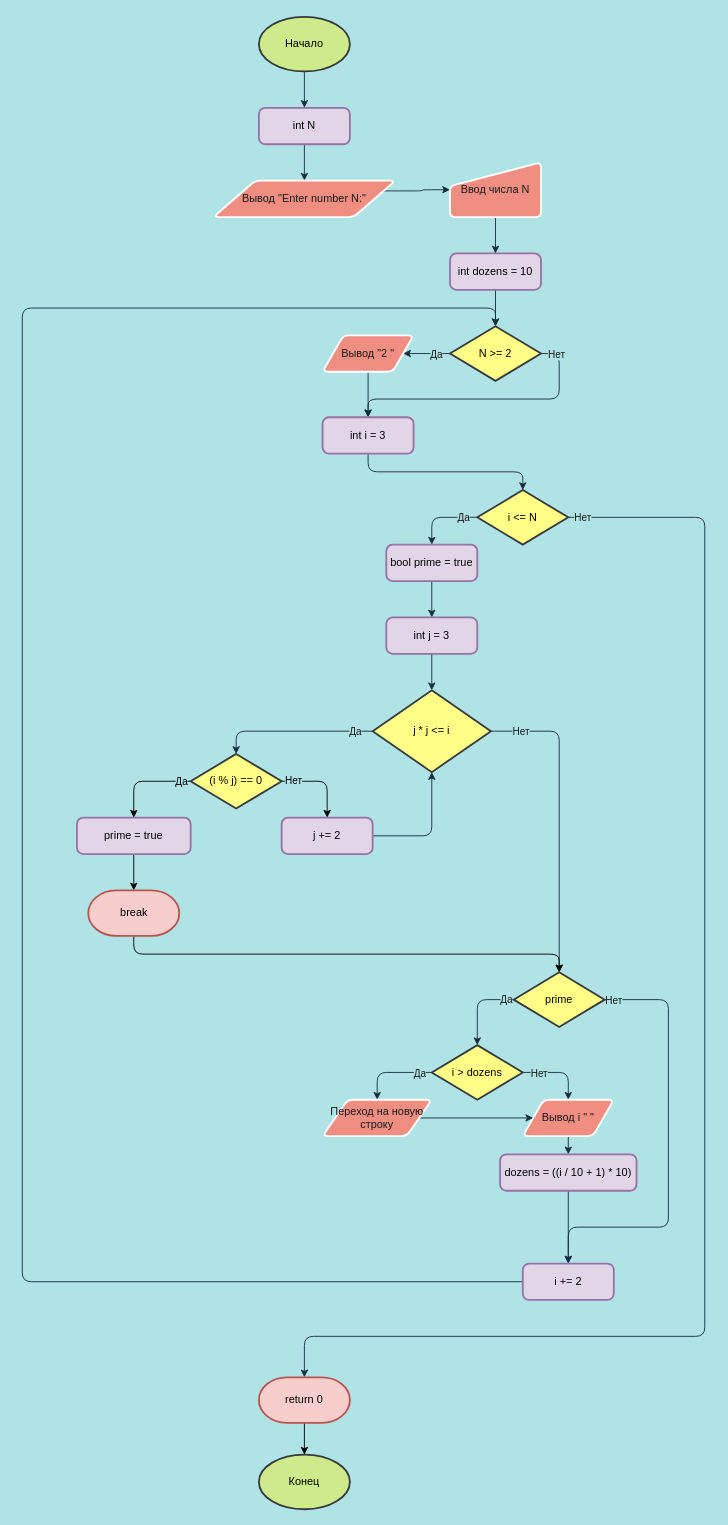
MoonFoxy/Programming_labs keeps this draw.io diagram as page "Лабораторная работа №3" (3 of 3) of flowcharts_for_labs1-3.drawio. Above is the earlier version. Source tidied: cells renumbered, new cells numbered last; positions are measured from the earlier drawing's top-left corner, leaving out a move shared by most shapes. Both pictures are drawn from the tidied source at 91%, with x=0, y=0 at pixel (22, 16).
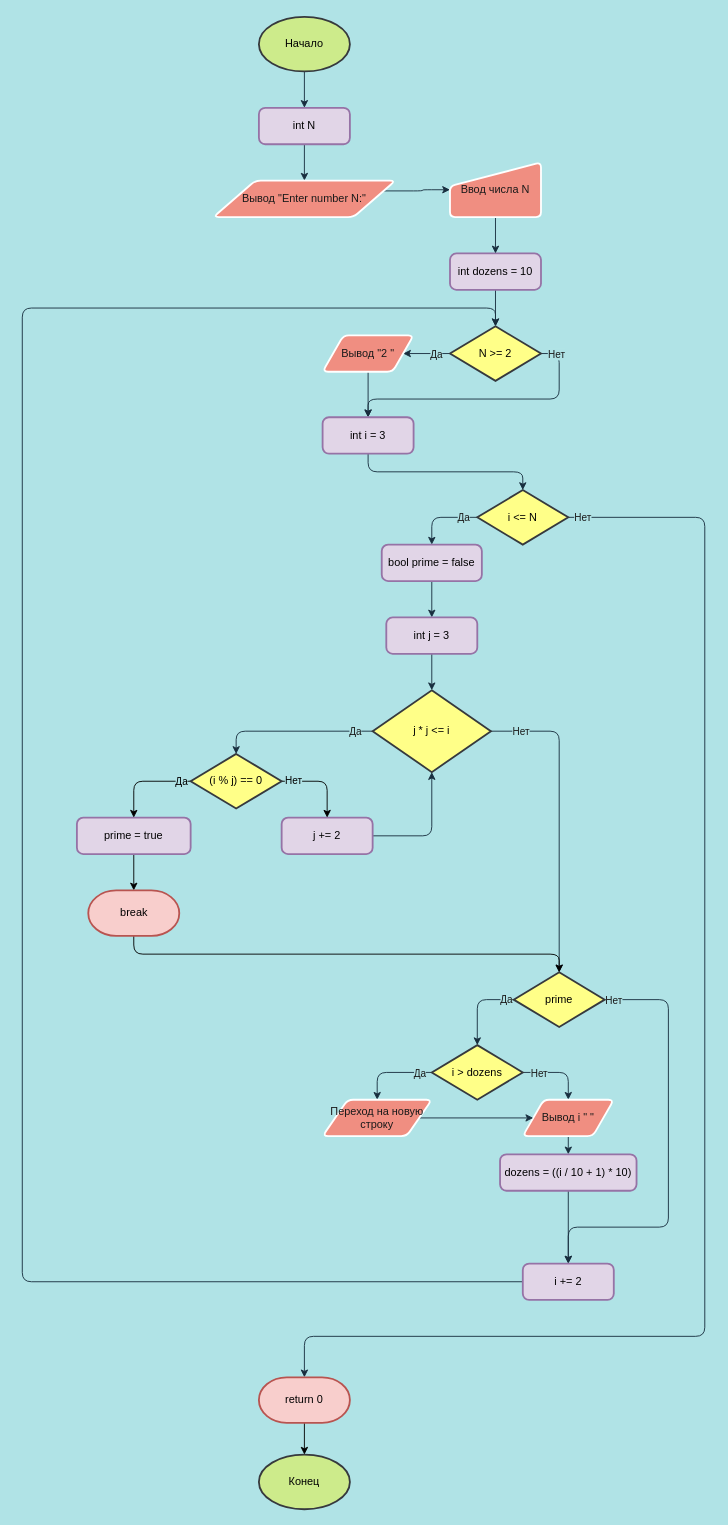
The same diagram, later.

What changed in the source:
```diff
@@
-    <mxCell id="27" value="bool prime = true" style="whiteSpace=wrap;html=1;absoluteArcSize=1;arcSize=14;strokeWidth=2;fillColor=#e1d5e7;strokeColor=#9673a6;rounded=1;" parent="1" vertex="1">
-      <mxGeometry x="400" y="580" width="100" height="40" as="geometry" />
+    <mxCell id="27" value="bool prime = false" style="whiteSpace=wrap;html=1;absoluteArcSize=1;arcSize=14;strokeWidth=2;fillColor=#e1d5e7;strokeColor=#9673a6;rounded=1;" parent="1" vertex="1">
+      <mxGeometry x="395" y="580" width="110" height="40" as="geometry" />
     </mxCell>
```
